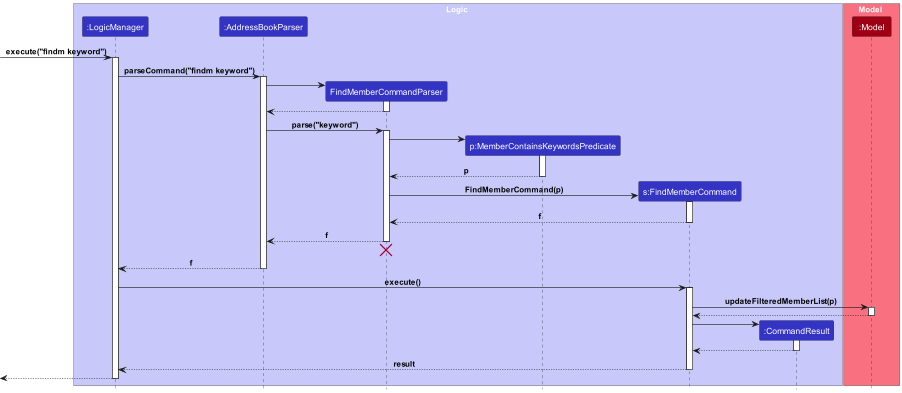
Above: docs/images/FindMemberSequenceDiagram.png in nus-cs2103-AY2324S1/tp (PlantUML), before the change. The source it was exported from:
```plantuml
@startuml
!include style.puml

box Logic LOGIC_COLOR_T1
participant ":LogicManager" as LogicManager LOGIC_COLOR
participant ":AddressBookParser" as AddressBookParser LOGIC_COLOR
participant "FindMemberCommandParser" as FindMemberCommandParser LOGIC_COLOR
participant "p:MemberContainsKeywordsPredicate" as Predicate LOGIC_COLOR
participant "s:FindMemberCommand" as FindMemberCommand LOGIC_COLOR
participant ":CommandResult" as CommandResult LOGIC_COLOR
end box

box Model MODEL_COLOR_T1
participant ":Model" as Model MODEL_COLOR
end box


[-> LogicManager : execute("findm keyword")
activate LogicManager

LogicManager -> AddressBookParser : parseCommand("findm keyword")
activate AddressBookParser

create FindMemberCommandParser
AddressBookParser -> FindMemberCommandParser
activate FindMemberCommandParser

FindMemberCommandParser --> AddressBookParser
deactivate FindMemberCommandParser

AddressBookParser -> FindMemberCommandParser : parse("keyword")
activate FindMemberCommandParser

create Predicate
FindMemberCommandParser -> Predicate
activate Predicate
Predicate --> FindMemberCommandParser : p
deactivate Predicate

create FindMemberCommand
FindMemberCommandParser -> FindMemberCommand : FindMemberCommand(p)
activate FindMemberCommand

FindMemberCommand --> FindMemberCommandParser : f
deactivate FindMemberCommand

FindMemberCommandParser --> AddressBookParser : f
deactivate FindMemberCommandParser

FindMemberCommandParser -[hidden]-> AddressBookParser
destroy FindMemberCommandParser

AddressBookParser --> LogicManager : f
deactivate AddressBookParser

LogicManager -> FindMemberCommand : execute()
activate FindMemberCommand

FindMemberCommand -> Model : updateFilteredMemberList(p)
activate Model

Model --> FindMemberCommand
deactivate Model

create CommandResult
FindMemberCommand -> CommandResult
activate CommandResult

CommandResult --> FindMemberCommand
deactivate CommandResult

FindMemberCommand --> LogicManager : result
deactivate FindMemberCommand

[<--LogicManager
deactivate LogicManager
@enduml
```
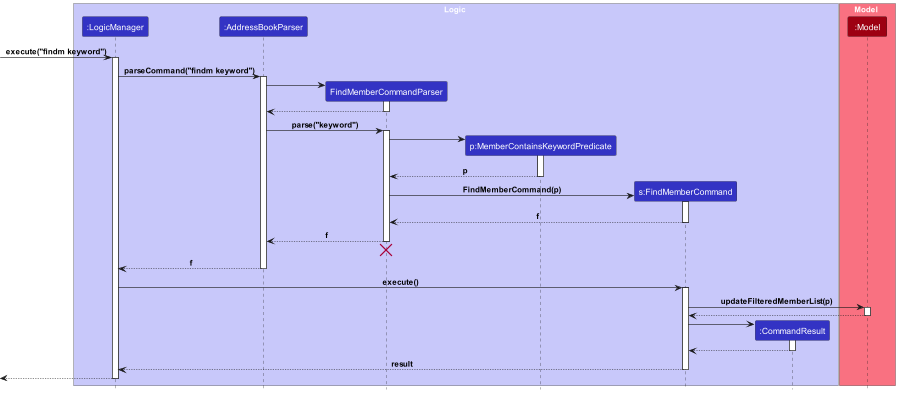
The same diagram one commit later.

Diff of the diagram source:
```diff
@@ -5,7 +5,7 @@
 participant ":LogicManager" as LogicManager LOGIC_COLOR
 participant ":AddressBookParser" as AddressBookParser LOGIC_COLOR
 participant "FindMemberCommandParser" as FindMemberCommandParser LOGIC_COLOR
-participant "p:MemberContainsKeywordsPredicate" as Predicate LOGIC_COLOR
+participant "p:MemberContainsKeywordPredicate" as Predicate LOGIC_COLOR
 participant "s:FindMemberCommand" as FindMemberCommand LOGIC_COLOR
 participant ":CommandResult" as CommandResult LOGIC_COLOR
 end box
```
